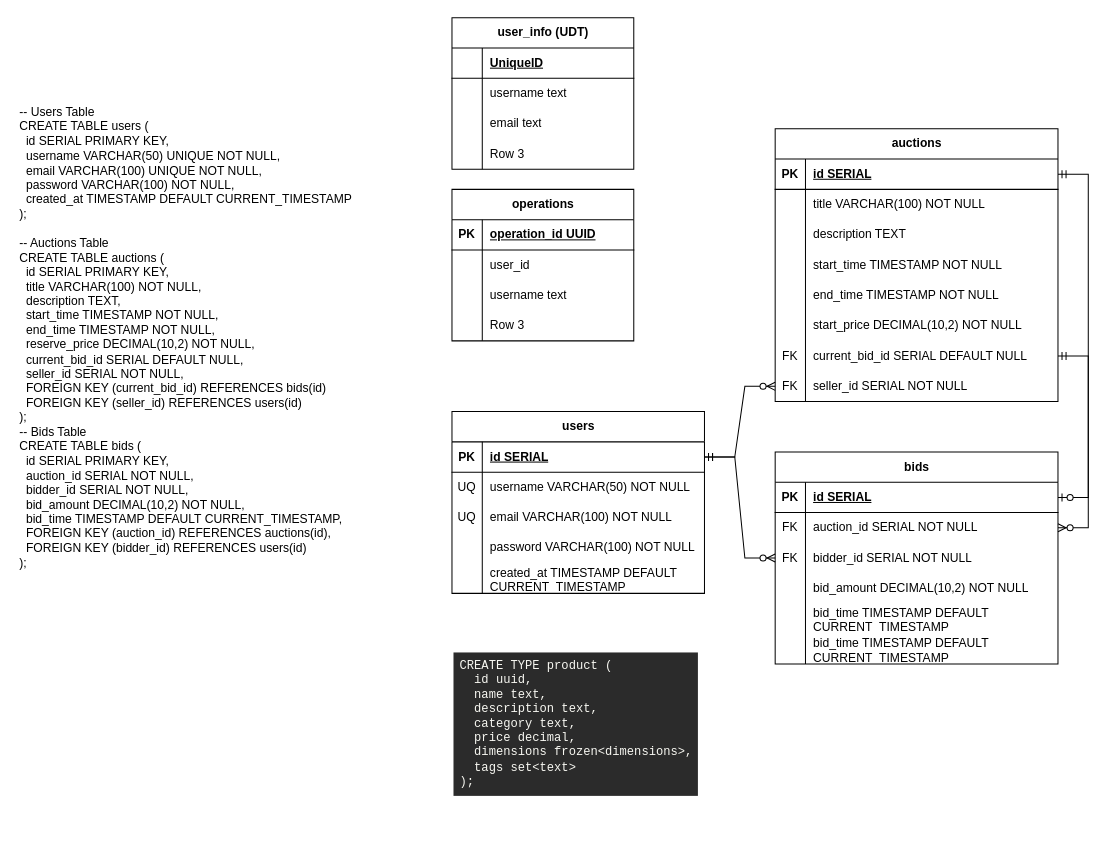
The draw.io diagram Untitled Diagram.drawio in IlyaSubtilnyj/glowing-octo-fiesta, before the edit. Source tidied: cells renumbered, new cells numbered last; positions are measured from the earlier drawing's top-left corner, leaving out a move shared by most shapes. Both pictures are drawn from the tidied source at 101%, with x=0, y=0 at pixel (17, 17).
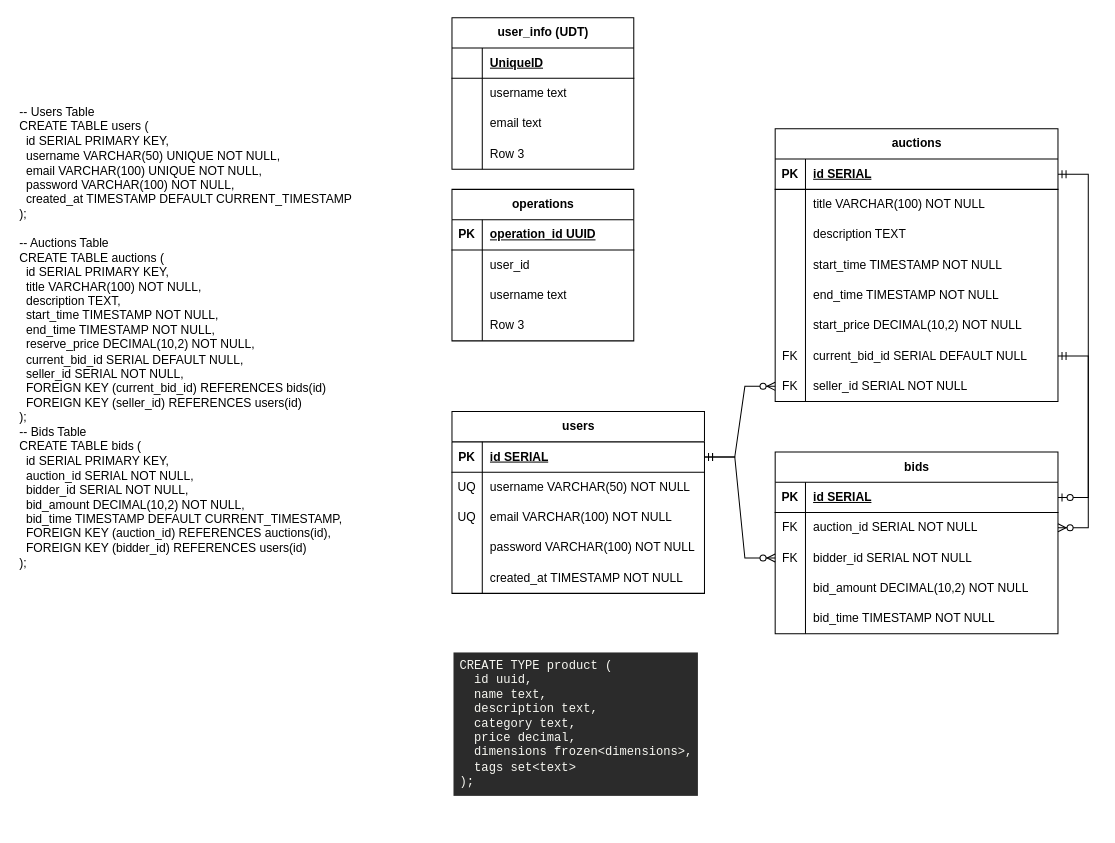
The same page after the edit.

Unchanged cells that the change refers to:
```xml
<mxCell id="16" style="shape=tableRow;horizontal=0;startSize=0;swimlaneHead=0;swimlaneBody=0;fillColor=none;top=0;left=0;right=0;bottom=0;" parent="3" vertex="1">
  <mxGeometry y="150" width="250" height="30" as="geometry" />
</mxCell>
<mxCell id="57" style="shape=tableRow;horizontal=0;startSize=0;swimlaneHead=0;swimlaneBody=0;fillColor=none;top=0;left=0;right=0;bottom=0;" parent="44" vertex="1">
  <mxGeometry y="150" width="280" height="30" as="geometry" />
</mxCell>
```

The edit, as a diff of the source:
```diff
@@
-    <mxCell id="18" value=" created_at TIMESTAMP DEFAULT CURRENT_TIMESTAMP" style="shape=partialRectangle;fillColor=none;top=0;left=0;bottom=0;right=0;align=left;spacingLeft=6;overflow=hidden;whiteSpace=wrap;html=1;" parent="16" vertex="1">
+    <mxCell id="18" value=" created_at TIMESTAMP NOT NULL" style="shape=partialRectangle;fillColor=none;top=0;left=0;bottom=0;right=0;align=left;spacingLeft=6;overflow=hidden;whiteSpace=wrap;html=1;" parent="16" vertex="1">
       <mxGeometry x="30" width="220" height="30" as="geometry" />
     </mxCell>
@@
     <mxCell id="44" value="bids" style="shape=table;startSize=30;childLayout=tableLayout;rowLines=0;fontStyle=1;align=center;html=1;" parent="1" vertex="1">
-      <mxGeometry x="750" y="430" width="280" height="210" as="geometry" />
+      <mxGeometry x="750" y="430" width="280" height="180" as="geometry" />
     </mxCell>
@@
-    <mxCell id="59" value="bid_time TIMESTAMP DEFAULT CURRENT_TIMESTAMP" style="shape=partialRectangle;fillColor=none;top=0;left=0;bottom=0;right=0;align=left;spacingLeft=6;overflow=hidden;whiteSpace=wrap;html=1;" parent="57" vertex="1">
+    <mxCell id="59" value="bid_time TIMESTAMP NOT NULL" style="shape=partialRectangle;fillColor=none;top=0;left=0;bottom=0;right=0;align=left;spacingLeft=6;overflow=hidden;whiteSpace=wrap;html=1;" parent="57" vertex="1">
       <mxGeometry x="30" width="250" height="30" as="geometry" />
     </mxCell>
-    <mxCell id="60" style="shape=tableRow;horizontal=0;startSize=0;swimlaneHead=0;swimlaneBody=0;fillColor=none;top=0;left=0;right=0;bottom=0;" parent="44" vertex="1">
-      <mxGeometry y="180" width="280" height="30" as="geometry" />
-    </mxCell>
-    <mxCell id="61" style="shape=partialRectangle;fillColor=none;top=0;left=0;bottom=0;right=0;overflow=hidden;whiteSpace=wrap;html=1;" parent="60" vertex="1">
-      <mxGeometry width="30" height="30" as="geometry" />
-    </mxCell>
-    <mxCell id="62" value="bid_time TIMESTAMP DEFAULT CURRENT_TIMESTAMP" style="shape=partialRectangle;fillColor=none;top=0;left=0;bottom=0;right=0;align=left;spacingLeft=6;overflow=hidden;whiteSpace=wrap;html=1;" parent="60" vertex="1">
-      <mxGeometry x="30" width="250" height="30" as="geometry" />
-    </mxCell>
```
